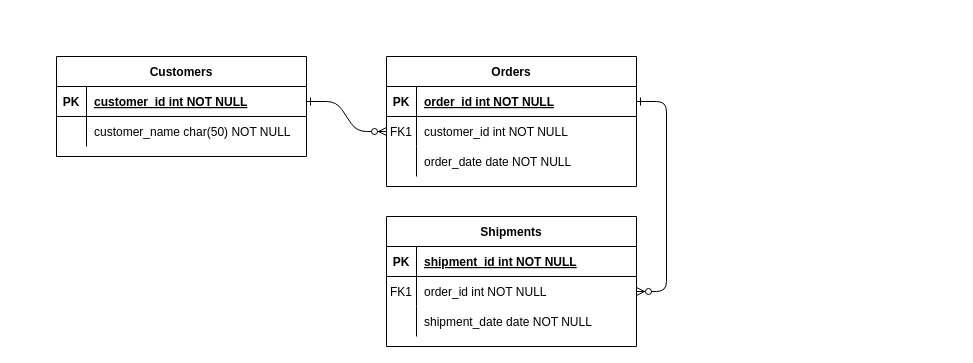
Above: Başlıksız Diyagram.drawio in onurakalan/TasarimKaliplari (draw.io), before the change. Source tidied: cells renumbered, new cells numbered last; positions are measured from the earlier drawing's top-left corner, leaving out a move shared by most shapes. Both pictures are drawn from the tidied source at 100%, with x=0, y=0 at pixel (56, 56).
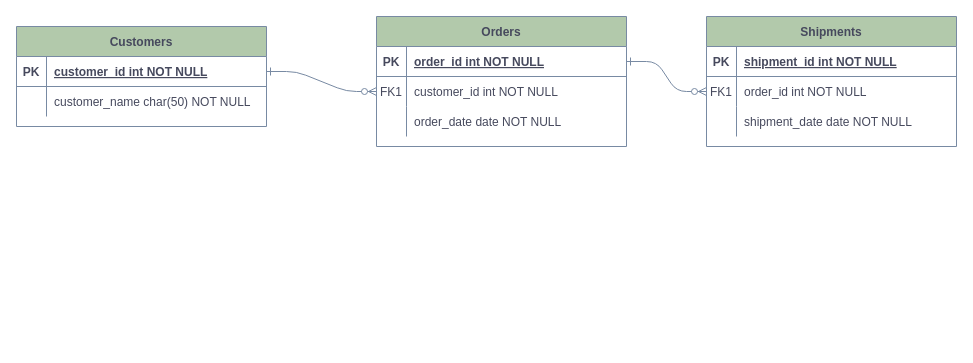
The same page after the edit.

Change to the diagram source:
```diff
@@
-    <mxCell id="2" style="edgeStyle=entityRelationEdgeStyle;endArrow=ERzeroToMany;startArrow=ERone;endFill=1;startFill=0;" parent="1" edge="1" source="25" target="8">
+    <mxCell id="2" style="edgeStyle=entityRelationEdgeStyle;endArrow=ERzeroToMany;startArrow=ERone;endFill=1;startFill=0;labelBackgroundColor=none;strokeColor=#788AA3;fontColor=default;" parent="1" edge="1" source="25" target="8">
       <mxGeometry relative="1" as="geometry" />
     </mxCell>
-    <mxCell id="3" style="edgeStyle=entityRelationEdgeStyle;endArrow=ERzeroToMany;startArrow=ERone;endFill=1;startFill=0;" parent="1" edge="1" source="5" target="18">
+    <mxCell id="3" style="edgeStyle=entityRelationEdgeStyle;endArrow=ERzeroToMany;startArrow=ERone;endFill=1;startFill=0;labelBackgroundColor=none;strokeColor=#788AA3;fontColor=default;" parent="1" edge="1" source="5" target="18">
       <mxGeometry relative="1" as="geometry" />
     </mxCell>
-    <mxCell id="4" value="Orders" style="shape=table;startSize=30;childLayout=tableLayout;rowLines=0;fontStyle=1;align=center;" parent="1" vertex="1">
-      <mxGeometry x="330" width="250" height="130" as="geometry" />
+    <mxCell id="4" value="Orders" style="shape=table;startSize=30;childLayout=tableLayout;rowLines=0;fontStyle=1;align=center;labelBackgroundColor=none;fillColor=#B2C9AB;strokeColor=#788AA3;fontColor=#46495D;" parent="1" vertex="1">
+      <mxGeometry x="320" y="-40" width="250" height="130" as="geometry" />
     </mxCell>
-    <mxCell id="5" style="shape=partialRectangle;fillColor=none;points=[[0,0.5],[1,0.5]];portConstraint=eastwest;top=0;left=0;right=0;bottom=1;" parent="4" vertex="1">
+    <mxCell id="5" style="shape=partialRectangle;fillColor=none;points=[[0,0.5],[1,0.5]];portConstraint=eastwest;top=0;left=0;right=0;bottom=1;labelBackgroundColor=none;strokeColor=#788AA3;fontColor=#46495D;" parent="4" vertex="1">
       <mxGeometry y="30" width="250" height="30" as="geometry" />
     </mxCell>
-    <mxCell id="6" value="PK" style="shape=partialRectangle;overflow=hidden;fillColor=none;top=0;left=0;bottom=0;right=0;fontStyle=1;" parent="5" vertex="1">
+    <mxCell id="6" value="PK" style="shape=partialRectangle;overflow=hidden;fillColor=none;top=0;left=0;bottom=0;right=0;fontStyle=1;labelBackgroundColor=none;strokeColor=#788AA3;fontColor=#46495D;" parent="5" vertex="1">
       <mxGeometry width="30" height="30" as="geometry" />
     </mxCell>
-    <mxCell id="7" value="order_id int NOT NULL " style="shape=partialRectangle;overflow=hidden;fillColor=none;top=0;left=0;bottom=0;right=0;align=left;spacingLeft=6;fontStyle=5;" parent="5" vertex="1">
+    <mxCell id="7" value="order_id int NOT NULL " style="shape=partialRectangle;overflow=hidden;fillColor=none;top=0;left=0;bottom=0;right=0;align=left;spacingLeft=6;fontStyle=5;labelBackgroundColor=none;strokeColor=#788AA3;fontColor=#46495D;" parent="5" vertex="1">
       <mxGeometry x="30" width="220" height="30" as="geometry" />
     </mxCell>
-    <mxCell id="8" style="shape=partialRectangle;fillColor=none;points=[[0,0.5],[1,0.5]];portConstraint=eastwest;top=0;left=0;right=0;bottom=0;" parent="4" vertex="1">
+    <mxCell id="8" style="shape=partialRectangle;fillColor=none;points=[[0,0.5],[1,0.5]];portConstraint=eastwest;top=0;left=0;right=0;bottom=0;labelBackgroundColor=none;strokeColor=#788AA3;fontColor=#46495D;" parent="4" vertex="1">
       <mxGeometry y="60" width="250" height="30" as="geometry" />
     </mxCell>
-    <mxCell id="9" value="FK1" style="shape=partialRectangle;overflow=hidden;fillColor=none;top=0;left=0;bottom=0;right=0;" parent="8" vertex="1">
+    <mxCell id="9" value="FK1" style="shape=partialRectangle;overflow=hidden;fillColor=none;top=0;left=0;bottom=0;right=0;labelBackgroundColor=none;strokeColor=#788AA3;fontColor=#46495D;" parent="8" vertex="1">
       <mxGeometry width="30" height="30" as="geometry" />
     </mxCell>
-    <mxCell id="10" value="customer_id int NOT NULL" style="shape=partialRectangle;overflow=hidden;fillColor=none;top=0;left=0;bottom=0;right=0;align=left;spacingLeft=6;" parent="8" vertex="1">
+    <mxCell id="10" value="customer_id int NOT NULL" style="shape=partialRectangle;overflow=hidden;fillColor=none;top=0;left=0;bottom=0;right=0;align=left;spacingLeft=6;labelBackgroundColor=none;strokeColor=#788AA3;fontColor=#46495D;" parent="8" vertex="1">
       <mxGeometry x="30" width="220" height="30" as="geometry" />
     </mxCell>
-    <mxCell id="11" style="shape=partialRectangle;fillColor=none;top=0;left=0;right=0;bottom=0;" parent="4" vertex="1">
+    <mxCell id="11" style="shape=partialRectangle;fillColor=none;top=0;left=0;right=0;bottom=0;labelBackgroundColor=none;strokeColor=#788AA3;fontColor=#46495D;" parent="4" vertex="1">
       <mxGeometry y="90" width="250" height="30" as="geometry" />
     </mxCell>
-    <mxCell id="12" style="shape=partialRectangle;overflow=hidden;fillColor=none;top=0;left=0;bottom=0;right=0;" parent="11" vertex="1">
+    <mxCell id="12" style="shape=partialRectangle;overflow=hidden;fillColor=none;top=0;left=0;bottom=0;right=0;labelBackgroundColor=none;strokeColor=#788AA3;fontColor=#46495D;" parent="11" vertex="1">
       <mxGeometry width="30" height="30" as="geometry" />
     </mxCell>
-    <mxCell id="13" value="order_date date NOT NULL" style="shape=partialRectangle;overflow=hidden;fillColor=none;top=0;left=0;bottom=0;right=0;align=left;spacingLeft=6;" parent="11" vertex="1">
+    <mxCell id="13" value="order_date date NOT NULL" style="shape=partialRectangle;overflow=hidden;fillColor=none;top=0;left=0;bottom=0;right=0;align=left;spacingLeft=6;labelBackgroundColor=none;strokeColor=#788AA3;fontColor=#46495D;" parent="11" vertex="1">
       <mxGeometry x="30" width="220" height="30" as="geometry" />
     </mxCell>
-    <mxCell id="14" value="Shipments" style="shape=table;startSize=30;childLayout=tableLayout;rowLines=0;fontStyle=1;align=center;" parent="1" vertex="1">
-      <mxGeometry x="330" y="160" width="250" height="130" as="geometry" />
+    <mxCell id="14" value="Shipments" style="shape=table;startSize=30;childLayout=tableLayout;rowLines=0;fontStyle=1;align=center;labelBackgroundColor=none;fillColor=#B2C9AB;strokeColor=#788AA3;fontColor=#46495D;" parent="1" vertex="1">
+      <mxGeometry x="650" y="-40" width="250" height="130" as="geometry" />
     </mxCell>
-    <mxCell id="15" style="shape=partialRectangle;fillColor=none;top=0;left=0;right=0;bottom=1;" parent="14" vertex="1">
+    <mxCell id="15" style="shape=partialRectangle;fillColor=none;top=0;left=0;right=0;bottom=1;labelBackgroundColor=none;strokeColor=#788AA3;fontColor=#46495D;" parent="14" vertex="1">
       <mxGeometry y="30" width="250" height="30" as="geometry" />
     </mxCell>
-    <mxCell id="16" value="PK" style="shape=partialRectangle;overflow=hidden;fillColor=none;top=0;left=0;bottom=0;right=0;fontStyle=1;" parent="15" vertex="1">
+    <mxCell id="16" value="PK" style="shape=partialRectangle;overflow=hidden;fillColor=none;top=0;left=0;bottom=0;right=0;fontStyle=1;labelBackgroundColor=none;strokeColor=#788AA3;fontColor=#46495D;" parent="15" vertex="1">
       <mxGeometry width="30" height="30" as="geometry" />
     </mxCell>
-    <mxCell id="17" value="shipment_id int NOT NULL " style="shape=partialRectangle;overflow=hidden;fillColor=none;top=0;left=0;bottom=0;right=0;align=left;spacingLeft=6;fontStyle=5;" parent="15" vertex="1">
+    <mxCell id="17" value="shipment_id int NOT NULL " style="shape=partialRectangle;overflow=hidden;fillColor=none;top=0;left=0;bottom=0;right=0;align=left;spacingLeft=6;fontStyle=5;labelBackgroundColor=none;strokeColor=#788AA3;fontColor=#46495D;" parent="15" vertex="1">
       <mxGeometry x="30" width="220" height="30" as="geometry" />
     </mxCell>
-    <mxCell id="18" style="shape=partialRectangle;fillColor=none;points=[[0,0.5],[1,0.5]];portConstraint=eastwest;top=0;left=0;right=0;bottom=0;" parent="14" vertex="1">
+    <mxCell id="18" style="shape=partialRectangle;fillColor=none;points=[[0,0.5],[1,0.5]];portConstraint=eastwest;top=0;left=0;right=0;bottom=0;labelBackgroundColor=none;strokeColor=#788AA3;fontColor=#46495D;" parent="14" vertex="1">
       <mxGeometry y="60" width="250" height="30" as="geometry" />
     </mxCell>
-    <mxCell id="19" value="FK1" style="shape=partialRectangle;overflow=hidden;fillColor=none;top=0;left=0;bottom=0;right=0;" parent="18" vertex="1">
+    <mxCell id="19" value="FK1" style="shape=partialRectangle;overflow=hidden;fillColor=none;top=0;left=0;bottom=0;right=0;labelBackgroundColor=none;strokeColor=#788AA3;fontColor=#46495D;" parent="18" vertex="1">
       <mxGeometry width="30" height="30" as="geometry" />
     </mxCell>
-    <mxCell id="20" value="order_id int NOT NULL" style="shape=partialRectangle;overflow=hidden;fillColor=none;top=0;left=0;bottom=0;right=0;align=left;spacingLeft=6;" parent="18" vertex="1">
+    <mxCell id="20" value="order_id int NOT NULL" style="shape=partialRectangle;overflow=hidden;fillColor=none;top=0;left=0;bottom=0;right=0;align=left;spacingLeft=6;labelBackgroundColor=none;strokeColor=#788AA3;fontColor=#46495D;" parent="18" vertex="1">
       <mxGeometry x="30" width="220" height="30" as="geometry" />
     </mxCell>
-    <mxCell id="21" style="shape=partialRectangle;fillColor=none;top=0;left=0;right=0;bottom=0;" parent="14" vertex="1">
+    <mxCell id="21" style="shape=partialRectangle;fillColor=none;top=0;left=0;right=0;bottom=0;labelBackgroundColor=none;strokeColor=#788AA3;fontColor=#46495D;" parent="14" vertex="1">
       <mxGeometry y="90" width="250" height="30" as="geometry" />
     </mxCell>
-    <mxCell id="22" style="shape=partialRectangle;overflow=hidden;fillColor=none;top=0;left=0;bottom=0;right=0;" parent="21" vertex="1">
+    <mxCell id="22" style="shape=partialRectangle;overflow=hidden;fillColor=none;top=0;left=0;bottom=0;right=0;labelBackgroundColor=none;strokeColor=#788AA3;fontColor=#46495D;" parent="21" vertex="1">
       <mxGeometry width="30" height="30" as="geometry" />
     </mxCell>
-    <mxCell id="23" value="shipment_date date NOT NULL" style="shape=partialRectangle;overflow=hidden;fillColor=none;top=0;left=0;bottom=0;right=0;align=left;spacingLeft=6;" parent="21" vertex="1">
+    <mxCell id="23" value="shipment_date date NOT NULL" style="shape=partialRectangle;overflow=hidden;fillColor=none;top=0;left=0;bottom=0;right=0;align=left;spacingLeft=6;labelBackgroundColor=none;strokeColor=#788AA3;fontColor=#46495D;" parent="21" vertex="1">
       <mxGeometry x="30" width="220" height="30" as="geometry" />
     </mxCell>
-    <mxCell id="24" value="Customers" style="shape=table;startSize=30;childLayout=tableLayout;rowLines=0;fontStyle=1;align=center;" parent="1" vertex="1">
-      <mxGeometry width="250" height="100" as="geometry" />
+    <mxCell id="24" value="Customers" style="shape=table;startSize=30;childLayout=tableLayout;rowLines=0;fontStyle=1;align=center;labelBackgroundColor=none;fillColor=#B2C9AB;strokeColor=#788AA3;fontColor=#46495D;" parent="1" vertex="1">
+      <mxGeometry x="-40" y="-30" width="250" height="100" as="geometry" />
     </mxCell>
-    <mxCell id="25" style="shape=partialRectangle;fillColor=none;points=[[0,0.5],[1,0.5]];portConstraint=eastwest;top=0;left=0;right=0;bottom=1;" parent="24" vertex="1">
+    <mxCell id="25" style="shape=partialRectangle;fillColor=none;points=[[0,0.5],[1,0.5]];portConstraint=eastwest;top=0;left=0;right=0;bottom=1;labelBackgroundColor=none;strokeColor=#788AA3;fontColor=#46495D;" parent="24" vertex="1">
       <mxGeometry y="30" width="250" height="30" as="geometry" />
     </mxCell>
-    <mxCell id="26" value="PK" style="shape=partialRectangle;overflow=hidden;fillColor=none;top=0;left=0;bottom=0;right=0;fontStyle=1;" parent="25" vertex="1">
+    <mxCell id="26" value="PK" style="shape=partialRectangle;overflow=hidden;fillColor=none;top=0;left=0;bottom=0;right=0;fontStyle=1;labelBackgroundColor=none;strokeColor=#788AA3;fontColor=#46495D;" parent="25" vertex="1">
       <mxGeometry width="30" height="30" as="geometry" />
     </mxCell>
-    <mxCell id="27" value="customer_id int NOT NULL " style="shape=partialRectangle;overflow=hidden;fillColor=none;top=0;left=0;bottom=0;right=0;align=left;spacingLeft=6;fontStyle=5;" parent="25" vertex="1">
+    <mxCell id="27" value="customer_id int NOT NULL " style="shape=partialRectangle;overflow=hidden;fillColor=none;top=0;left=0;bottom=0;right=0;align=left;spacingLeft=6;fontStyle=5;labelBackgroundColor=none;strokeColor=#788AA3;fontColor=#46495D;" parent="25" vertex="1">
       <mxGeometry x="30" width="220" height="30" as="geometry" />
     </mxCell>
-    <mxCell id="28" style="shape=partialRectangle;fillColor=none;top=0;left=0;right=0;bottom=0;" parent="24" vertex="1">
+    <mxCell id="28" style="shape=partialRectangle;fillColor=none;top=0;left=0;right=0;bottom=0;labelBackgroundColor=none;strokeColor=#788AA3;fontColor=#46495D;" parent="24" vertex="1">
       <mxGeometry y="60" width="250" height="30" as="geometry" />
     </mxCell>
-    <mxCell id="29" style="shape=partialRectangle;overflow=hidden;fillColor=none;top=0;left=0;bottom=0;right=0;" parent="28" vertex="1">
+    <mxCell id="29" style="shape=partialRectangle;overflow=hidden;fillColor=none;top=0;left=0;bottom=0;right=0;labelBackgroundColor=none;strokeColor=#788AA3;fontColor=#46495D;" parent="28" vertex="1">
       <mxGeometry width="30" height="30" as="geometry" />
     </mxCell>
-    <mxCell id="30" value="customer_name char(50) NOT NULL" style="shape=partialRectangle;overflow=hidden;fillColor=none;top=0;left=0;bottom=0;right=0;align=left;spacingLeft=6;" parent="28" vertex="1">
+    <mxCell id="30" value="customer_name char(50) NOT NULL" style="shape=partialRectangle;overflow=hidden;fillColor=none;top=0;left=0;bottom=0;right=0;align=left;spacingLeft=6;labelBackgroundColor=none;strokeColor=#788AA3;fontColor=#46495D;" parent="28" vertex="1">
       <mxGeometry x="30" width="220" height="30" as="geometry" />
     </mxCell>
```
